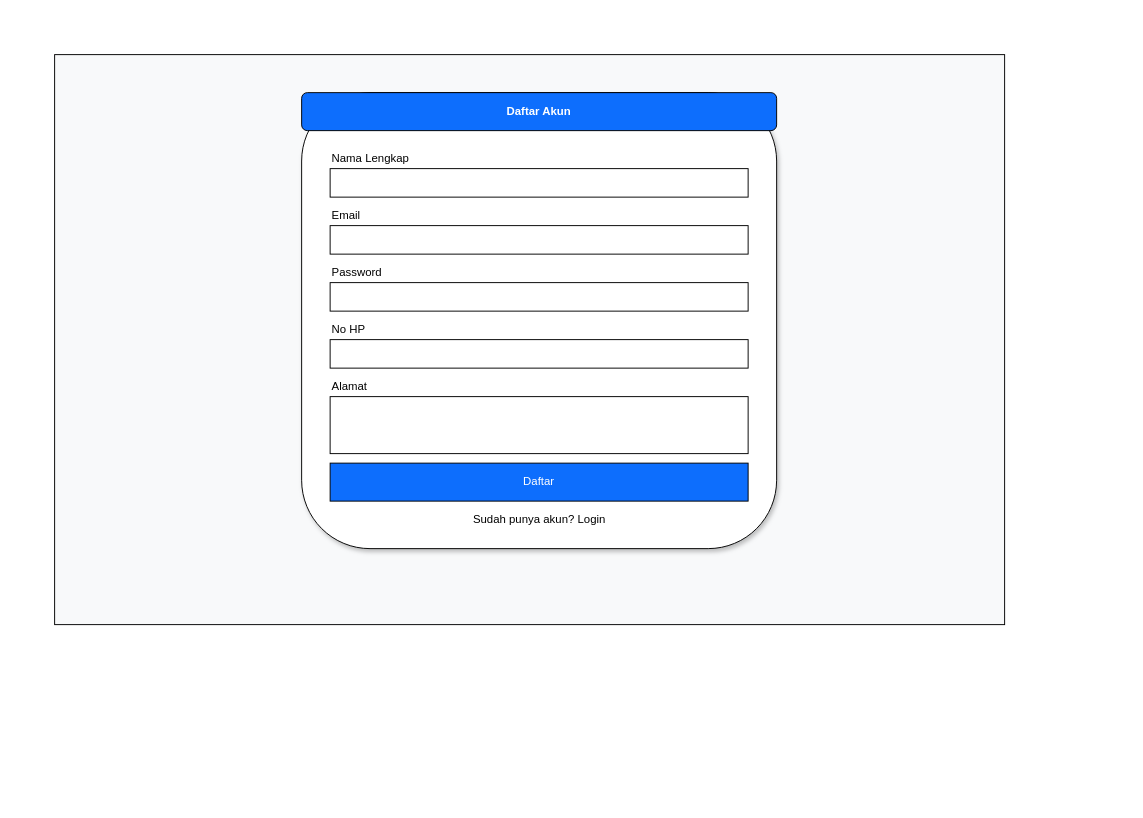
Before: diagram/desain/register.drawio in RajaSunrise/ud_zivana, a draw.io diagram. Source tidied: cells renumbered, new cells numbered last; positions are measured from the earlier drawing's top-left corner, leaving out a move shared by most shapes. Both pictures are drawn from the tidied source at 95%, with x=0, y=0 at pixel (54, 54).
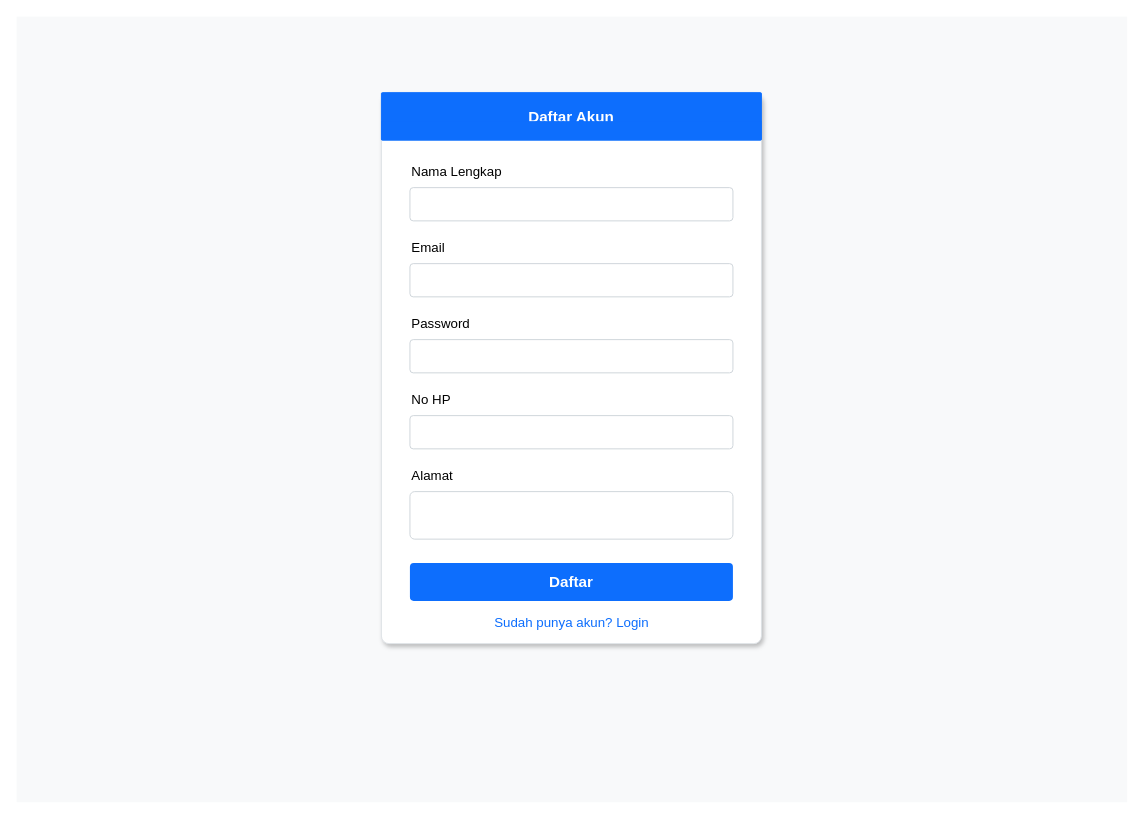
The same diagram, later.

The edit, as a diff of the source:
```diff
@@
 <mxGraphModel>
   <root>
     <mxCell id="0" />
     <mxCell id="1" parent="0" />
-    <mxCell id="2" style="rounded=0;whiteSpace=wrap;html=1;fillColor=#f8f9fa;" parent="1" vertex="1">
-      <mxGeometry width="1000" height="600" as="geometry" />
+    <mxCell id="2" style="rounded=0;whiteSpace=wrap;html=1;fillColor=#f8f9fa;strokeColor=none;" parent="1" vertex="1">
+      <mxGeometry x="-40" y="-40" width="1169" height="827" as="geometry" />
     </mxCell>
-    <mxCell id="3" style="rounded=1;whiteSpace=wrap;html=1;fillColor=#ffffff;shadow=1;" parent="1" vertex="1">
-      <mxGeometry x="260" y="40" width="500" height="480" as="geometry" />
+    <mxCell id="3" style="rounded=1;arcSize=2;whiteSpace=wrap;html=1;fillColor=#ffffff;shadow=1;strokeColor=#dee2e6;" parent="1" vertex="1">
+      <mxGeometry x="344" y="40" width="400" height="580" as="geometry" />
     </mxCell>
-    <mxCell id="4" value="Daftar Akun" style="rounded=1;whiteSpace=wrap;html=1;fillColor=#0d6efd;fontColor=#ffffff;fontStyle=1;" parent="1" vertex="1">
-      <mxGeometry x="260" y="40" width="500" height="40" as="geometry" />
+    <mxCell id="4" value="Daftar Akun" style="rounded=1;arcSize=2;whiteSpace=wrap;html=1;fillColor=#0d6efd;fontColor=#ffffff;fontStyle=1;fontSize=16;align=center;verticalAlign=middle;strokeColor=#0d6efd;" parent="1" vertex="1">
+      <mxGeometry x="344" y="40" width="400" height="50" as="geometry" />
     </mxCell>
+    <mxCell id="17" style="rounded=0;whiteSpace=wrap;html=1;fillColor=#0d6efd;strokeColor=none;" parent="1" vertex="1">
+      <mxGeometry x="344" y="70" width="400" height="20" as="geometry" />
+    </mxCell>
-    <mxCell id="5" value="Nama Lengkap" style="text;html=1;strokeColor=none;fillColor=none;align=left;verticalAlign=middle;" parent="1" vertex="1">
-      <mxGeometry x="290" y="100" width="100" height="20" as="geometry" />
+    <mxCell id="5" value="Nama Lengkap" style="text;html=1;strokeColor=none;fillColor=none;align=left;verticalAlign=middle;fontSize=14;" parent="1" vertex="1">
+      <mxGeometry x="374" y="110" width="340" height="25" as="geometry" />
     </mxCell>
-    <mxCell id="6" style="rounded=0;whiteSpace=wrap;html=1;" parent="1" vertex="1">
-      <mxGeometry x="290" y="120" width="440" height="30" as="geometry" />
+    <mxCell id="6" style="rounded=1;arcSize=10;whiteSpace=wrap;html=1;fillColor=#ffffff;strokeColor=#ced4da;align=left;spacingLeft=10;fontColor=#6c757d;" parent="1" vertex="1">
+      <mxGeometry x="374" y="140" width="340" height="35" as="geometry" />
     </mxCell>
-    <mxCell id="7" value="Email" style="text;html=1;strokeColor=none;fillColor=none;align=left;verticalAlign=middle;" parent="1" vertex="1">
-      <mxGeometry x="290" y="160" width="100" height="20" as="geometry" />
+    <mxCell id="7" value="Email" style="text;html=1;strokeColor=none;fillColor=none;align=left;verticalAlign=middle;fontSize=14;" parent="1" vertex="1">
+      <mxGeometry x="374" y="190" width="340" height="25" as="geometry" />
     </mxCell>
-    <mxCell id="8" style="rounded=0;whiteSpace=wrap;html=1;" parent="1" vertex="1">
-      <mxGeometry x="290" y="180" width="440" height="30" as="geometry" />
+    <mxCell id="8" style="rounded=1;arcSize=10;whiteSpace=wrap;html=1;fillColor=#ffffff;strokeColor=#ced4da;align=left;spacingLeft=10;fontColor=#6c757d;" parent="1" vertex="1">
+      <mxGeometry x="374" y="220" width="340" height="35" as="geometry" />
     </mxCell>
-    <mxCell id="9" value="Password" style="text;html=1;strokeColor=none;fillColor=none;align=left;verticalAlign=middle;" parent="1" vertex="1">
-      <mxGeometry x="290" y="220" width="100" height="20" as="geometry" />
+    <mxCell id="9" value="Password" style="text;html=1;strokeColor=none;fillColor=none;align=left;verticalAlign=middle;fontSize=14;" parent="1" vertex="1">
+      <mxGeometry x="374" y="270" width="340" height="25" as="geometry" />
     </mxCell>
-    <mxCell id="10" style="rounded=0;whiteSpace=wrap;html=1;" parent="1" vertex="1">
-      <mxGeometry x="290" y="240" width="440" height="30" as="geometry" />
+    <mxCell id="10" style="rounded=1;arcSize=10;whiteSpace=wrap;html=1;fillColor=#ffffff;strokeColor=#ced4da;align=left;spacingLeft=10;fontColor=#6c757d;" parent="1" vertex="1">
+      <mxGeometry x="374" y="300" width="340" height="35" as="geometry" />
     </mxCell>
-    <mxCell id="11" value="No HP" style="text;html=1;strokeColor=none;fillColor=none;align=left;verticalAlign=middle;" parent="1" vertex="1">
-      <mxGeometry x="290" y="280" width="100" height="20" as="geometry" />
+    <mxCell id="11" value="No HP" style="text;html=1;strokeColor=none;fillColor=none;align=left;verticalAlign=middle;fontSize=14;" parent="1" vertex="1">
+      <mxGeometry x="374" y="350" width="340" height="25" as="geometry" />
     </mxCell>
-    <mxCell id="12" style="rounded=0;whiteSpace=wrap;html=1;" parent="1" vertex="1">
-      <mxGeometry x="290" y="300" width="440" height="30" as="geometry" />
+    <mxCell id="12" style="rounded=1;arcSize=10;whiteSpace=wrap;html=1;fillColor=#ffffff;strokeColor=#ced4da;align=left;spacingLeft=10;fontColor=#6c757d;" parent="1" vertex="1">
+      <mxGeometry x="374" y="380" width="340" height="35" as="geometry" />
     </mxCell>
-    <mxCell id="13" value="Alamat" style="text;html=1;strokeColor=none;fillColor=none;align=left;verticalAlign=middle;" parent="1" vertex="1">
-      <mxGeometry x="290" y="340" width="100" height="20" as="geometry" />
+    <mxCell id="13" value="Alamat" style="text;html=1;strokeColor=none;fillColor=none;align=left;verticalAlign=middle;fontSize=14;" parent="1" vertex="1">
+      <mxGeometry x="374" y="430" width="340" height="25" as="geometry" />
     </mxCell>
-    <mxCell id="14" style="rounded=0;whiteSpace=wrap;html=1;" parent="1" vertex="1">
-      <mxGeometry x="290" y="360" width="440" height="60" as="geometry" />
+    <mxCell id="14" style="rounded=1;arcSize=10;whiteSpace=wrap;html=1;fillColor=#ffffff;strokeColor=#ced4da;align=left;spacingLeft=10;fontColor=#6c757d;" parent="1" vertex="1">
+      <mxGeometry x="374" y="460" width="340" height="50" as="geometry" />
     </mxCell>
-    <mxCell id="15" value="Daftar" style="rounded=0;whiteSpace=wrap;html=1;fillColor=#0d6efd;fontColor=#ffffff;" parent="1" vertex="1">
-      <mxGeometry x="290" y="430" width="440" height="40" as="geometry" />
+    <mxCell id="15" value="Daftar" style="rounded=1;arcSize=10;whiteSpace=wrap;html=1;fillColor=#0d6efd;fontColor=#ffffff;strokeColor=none;fontStyle=1;fontSize=16;" parent="1" vertex="1">
+      <mxGeometry x="374" y="535" width="340" height="40" as="geometry" />
     </mxCell>
-    <mxCell id="16" value="Sudah punya akun? Login" style="text;html=1;strokeColor=none;fillColor=none;align=center;verticalAlign=middle;" parent="1" vertex="1">
-      <mxGeometry x="290" y="480" width="440" height="20" as="geometry" />
+    <mxCell id="16" value="Sudah punya akun? Login" style="text;html=1;strokeColor=none;fillColor=none;align=center;verticalAlign=middle;fontSize=14;fontColor=#0d6efd;" parent="1" vertex="1">
+      <mxGeometry x="374" y="585" width="340" height="25" as="geometry" />
     </mxCell>
   </root>
 </mxGraphModel>
```
